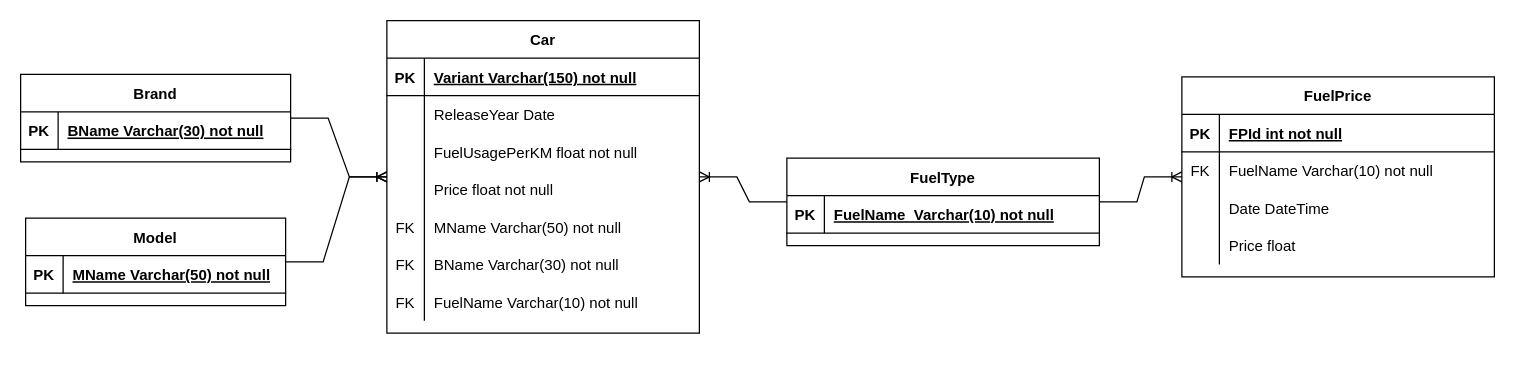
NansyT/Car-Comparison keeps this draw.io diagram as Dokumentation/RDS - CC - SBO.drawio. Above is the earlier version. Source tidied: cells renumbered, new cells numbered last; positions are measured from the earlier drawing's top-left corner, leaving out a move shared by most shapes. Both pictures are drawn from the tidied source at 125%, with x=0, y=0 at pixel (20, 20).
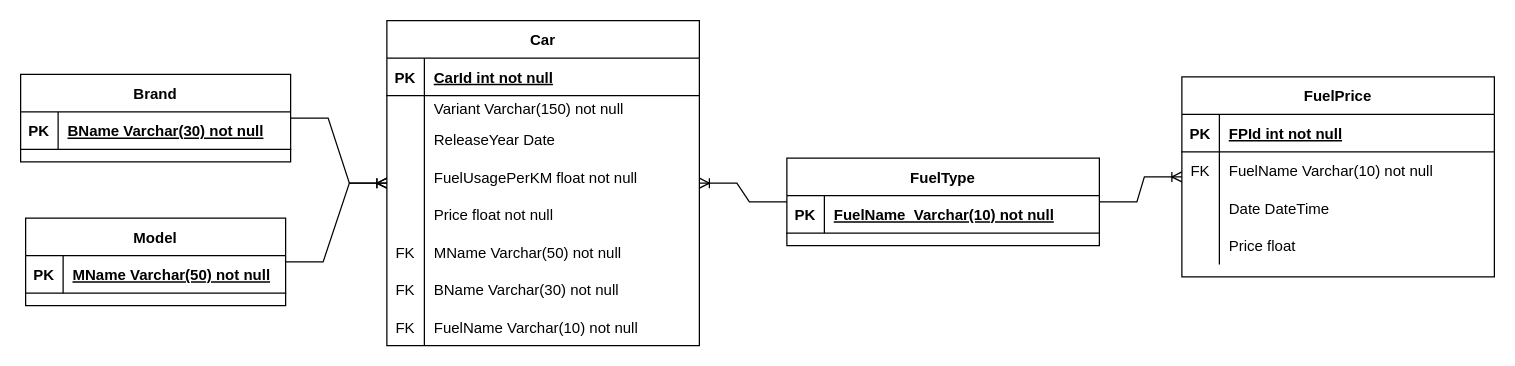
Above is the later version.

Unchanged cells that the change refers to:
```xml
<mxCell id="20" style="shape=partialRectangle;fillColor=none;top=0;left=0;right=0;bottom=1;" parent="19" vertex="1">
  <mxGeometry y="30" width="250" height="30" as="geometry" />
</mxCell>
```

What changed in the source:
```diff
@@
     <mxCell id="19" value="Car" style="shape=table;startSize=30;childLayout=tableLayout;rowLines=0;fontStyle=1;align=center;" parent="1" vertex="1">
-      <mxGeometry x="293" width="250" height="250" as="geometry" />
+      <mxGeometry x="293" width="250" height="260" as="geometry" />
     </mxCell>
@@
-    <mxCell id="22" value="Variant Varchar(150) not null" style="shape=partialRectangle;overflow=hidden;fillColor=none;top=0;left=0;bottom=0;right=0;align=left;spacingLeft=6;fontStyle=5;" parent="20" vertex="1">
+    <mxCell id="22" value="CarId int not null" style="shape=partialRectangle;overflow=hidden;fillColor=none;top=0;left=0;bottom=0;right=0;align=left;spacingLeft=6;fontStyle=5;" parent="20" vertex="1">
       <mxGeometry x="30" width="220" height="30" as="geometry" />
     </mxCell>
+    <mxCell id="53" style="shape=partialRectangle;fillColor=none;top=0;left=0;right=0;bottom=0;" parent="19" vertex="1">
+      <mxGeometry y="60" width="250" height="20" as="geometry" />
+    </mxCell>
+    <mxCell id="54" style="shape=partialRectangle;overflow=hidden;fillColor=none;top=0;left=0;bottom=0;right=0;" parent="53" vertex="1">
+      <mxGeometry width="30" height="20" as="geometry" />
+    </mxCell>
+    <mxCell id="55" value="Variant Varchar(150) not null" style="shape=partialRectangle;overflow=hidden;fillColor=none;top=0;left=0;bottom=0;right=0;align=left;spacingLeft=6;" parent="53" vertex="1">
+      <mxGeometry x="30" width="220" height="20" as="geometry" />
+    </mxCell>
     <mxCell id="23" style="shape=partialRectangle;fillColor=none;top=0;left=0;right=0;bottom=0;" parent="19" vertex="1">
-      <mxGeometry y="60" width="250" height="30" as="geometry" />
+      <mxGeometry y="80" width="250" height="30" as="geometry" />
     </mxCell>
@@
     <mxCell id="26" style="shape=partialRectangle;fillColor=none;top=0;left=0;right=0;bottom=0;" parent="19" vertex="1">
-      <mxGeometry y="90" width="250" height="30" as="geometry" />
+      <mxGeometry y="110" width="250" height="30" as="geometry" />
     </mxCell>
@@
     <mxCell id="29" style="shape=partialRectangle;fillColor=none;top=0;left=0;right=0;bottom=0;" parent="19" vertex="1">
-      <mxGeometry y="120" width="250" height="30" as="geometry" />
+      <mxGeometry y="140" width="250" height="30" as="geometry" />
     </mxCell>
@@
     <mxCell id="32" style="shape=partialRectangle;fillColor=none;top=0;left=0;right=0;bottom=0;" parent="19" vertex="1">
-      <mxGeometry y="150" width="250" height="30" as="geometry" />
+      <mxGeometry y="170" width="250" height="30" as="geometry" />
     </mxCell>
@@
     <mxCell id="35" style="shape=partialRectangle;fillColor=none;top=0;left=0;right=0;bottom=0;" parent="19" vertex="1">
-      <mxGeometry y="180" width="250" height="30" as="geometry" />
+      <mxGeometry y="200" width="250" height="30" as="geometry" />
     </mxCell>
@@
     <mxCell id="38" style="shape=partialRectangle;fillColor=none;top=0;left=0;right=0;bottom=0;" parent="19" vertex="1">
-      <mxGeometry y="210" width="250" height="30" as="geometry" />
+      <mxGeometry y="230" width="250" height="30" as="geometry" />
     </mxCell>
```
